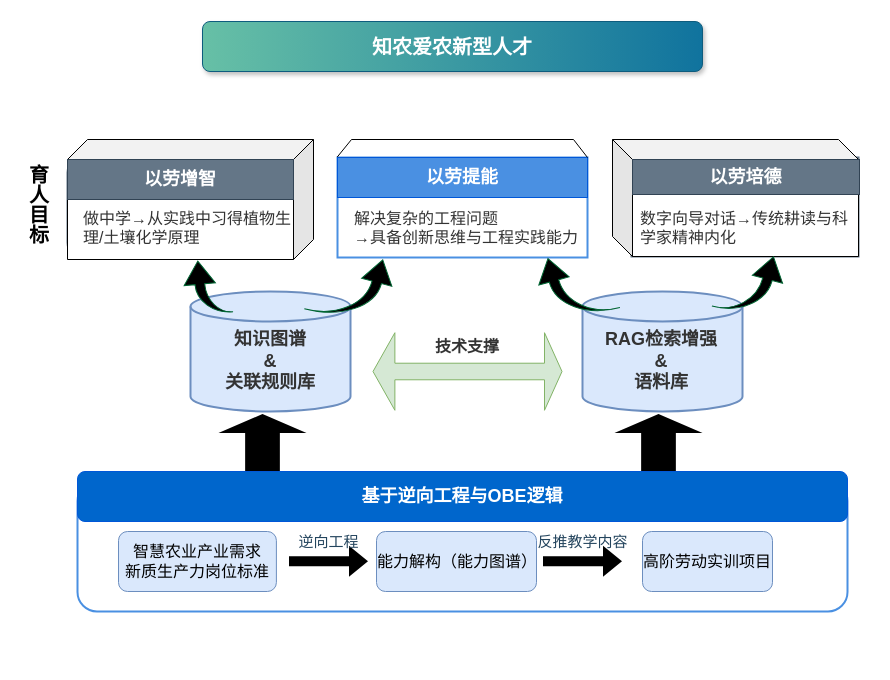
The draw.io diagram 1.12申报书逻辑框架图.drawio in handsome-tony/picture, before the edit. Source tidied: cells renumbered, new cells numbered last; positions are measured from the earlier drawing's top-left corner, leaving out a move shared by most shapes. Both pictures are drawn from the tidied source at 100%, with x=0, y=0 at pixel (17, 21).
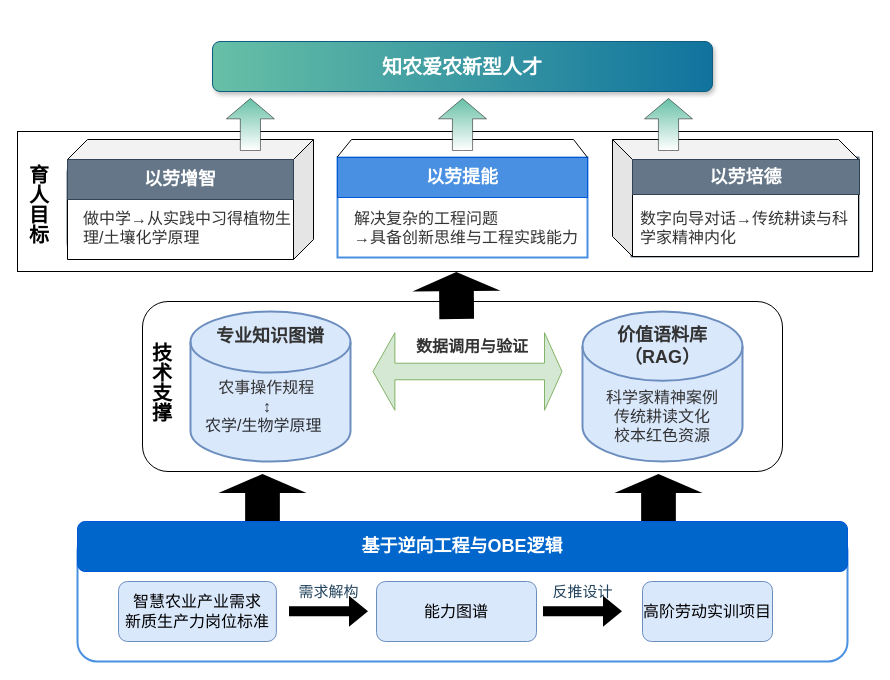
After the change.

Commit message:
更新1.12申报书逻辑框架图.drawio

What changed in the source:
```diff
@@
+    <mxCell id="37" style="rounded=1;whiteSpace=wrap;html=1;fillStyle=hatch;" parent="1" vertex="1">
+      <mxGeometry x="125" y="280" width="640" height="170" as="geometry" />
+    </mxCell>
+    <mxCell id="38" style="rounded=0;whiteSpace=wrap;html=1;fillStyle=hatch;" parent="1" vertex="1">
+      <mxGeometry y="110" width="855" height="140" as="geometry" />
+    </mxCell>
@@
     <mxCell id="8" value="&lt;b style=&quot;&quot;&gt;&lt;font style=&quot;font-size: 20px;&quot;&gt;知农爱农新型人才&lt;/font&gt;&lt;/b&gt;" style="rounded=1;whiteSpace=wrap;html=1;fillColor=#10739E;strokeColor=#0E5C7E;fontColor=#FFFFFF;gradientColor=#67C0A6;gradientDirection=west;shadow=1;glass=0;" parent="1" vertex="1">
-      <mxGeometry x="185" width="500" height="50" as="geometry" />
+      <mxGeometry x="195" y="20" width="500" height="50" as="geometry" />
     </mxCell>
@@
-    <mxCell id="11" value="&lt;b&gt;&lt;font style=&quot;font-size: 16px;&quot;&gt;技术支撑&lt;/font&gt;&lt;/b&gt;" style="text;html=1;strokeColor=none;fillColor=none;align=center;verticalAlign=middle;whiteSpace=wrap;rounded=0;fontColor=#333333;" parent="1" vertex="1">
-      <mxGeometry x="380" y="310" width="140" height="30" as="geometry" />
-    </mxCell>
@@
-    <mxCell id="13" style="shape=cylinder3;whiteSpace=wrap;html=1;boundedLbl=1;backgroundOutline=1;size=15;fillColor=#dae8fc;strokeColor=#6c8ebf;strokeWidth=2;rotation=0;" parent="1" vertex="1">
-      <mxGeometry x="173" y="270" width="160" height="120" as="geometry" />
+    <mxCell id="13" style="shape=cylinder3;whiteSpace=wrap;html=1;boundedLbl=1;backgroundOutline=1;size=30.514299665178612;fillColor=#dae8fc;strokeColor=#6c8ebf;strokeWidth=2;rotation=0;" parent="1" vertex="1">
+      <mxGeometry x="173" y="290" width="160" height="150" as="geometry" />
     </mxCell>
-    <mxCell id="14" value="&lt;b&gt;&lt;font style=&quot;font-size: 18px;&quot;&gt;知识图谱&lt;/font&gt;&lt;/b&gt;&lt;div&gt;&lt;b&gt;&lt;font style=&quot;font-size: 18px;&quot;&gt;&amp;amp;&lt;/font&gt;&lt;/b&gt;&lt;/div&gt;&lt;div&gt;&lt;b&gt;&lt;font style=&quot;font-size: 18px;&quot;&gt;关联规则库&lt;/font&gt;&lt;/b&gt;&lt;/div&gt;" style="text;html=1;align=center;verticalAlign=middle;whiteSpace=wrap;rounded=0;fontColor=#333333;" parent="1" vertex="1">
-      <mxGeometry x="163" y="310" width="180" height="60" as="geometry" />
+    <mxCell id="14" value="&lt;b&gt;&lt;font style=&quot;font-size: 18px;&quot;&gt;专业知识图谱&lt;/font&gt;&lt;/b&gt;" style="text;html=1;align=center;verticalAlign=middle;whiteSpace=wrap;rounded=0;fontColor=#333333;" parent="1" vertex="1">
+      <mxGeometry x="163" y="280" width="180" height="70" as="geometry" />
     </mxCell>
-    <mxCell id="15" style="shape=cylinder3;whiteSpace=wrap;html=1;boundedLbl=1;backgroundOutline=1;size=15;fillColor=#dae8fc;strokeColor=#6c8ebf;strokeWidth=2;" parent="1" vertex="1">
-      <mxGeometry x="565" y="270" width="160" height="120" as="geometry" />
+    <mxCell id="15" style="shape=cylinder3;whiteSpace=wrap;html=1;boundedLbl=1;backgroundOutline=1;size=34.62859235491072;fillColor=#dae8fc;strokeColor=#6c8ebf;strokeWidth=2;" parent="1" vertex="1">
+      <mxGeometry x="565" y="290" width="160" height="150" as="geometry" />
     </mxCell>
-    <mxCell id="16" value="&lt;b&gt;&lt;font style=&quot;font-size: 18px;&quot;&gt;RAG检索增强&lt;/font&gt;&lt;/b&gt;&lt;div&gt;&lt;b&gt;&lt;font style=&quot;font-size: 18px;&quot;&gt;&amp;amp;&lt;/font&gt;&lt;/b&gt;&lt;/div&gt;&lt;div&gt;&lt;b&gt;&lt;font style=&quot;font-size: 18px;&quot;&gt;语料库&lt;/font&gt;&lt;/b&gt;&lt;/div&gt;" style="text;html=1;align=center;verticalAlign=middle;whiteSpace=wrap;rounded=0;fontColor=#333333;" parent="1" vertex="1">
-      <mxGeometry x="579" y="320" width="130" height="40" as="geometry" />
+    <mxCell id="16" value="&lt;b&gt;&lt;font style=&quot;font-size: 18px;&quot;&gt;价值语料库（RAG）&lt;/font&gt;&lt;/b&gt;" style="text;html=1;align=center;verticalAlign=middle;whiteSpace=wrap;rounded=0;fontColor=#333333;" parent="1" vertex="1">
+      <mxGeometry x="580" y="305" width="130" height="40" as="geometry" />
     </mxCell>
@@
-    <mxCell id="18" style="html=1;shadow=0;dashed=0;align=center;verticalAlign=middle;shape=mxgraph.arrows2.jumpInArrow;dy=4.87;dx=23.21;arrowHead=31.31;strokeColor=#006633;fillColor=#006633;rotation=-95;gradientColor=light-dark(#f4e2e2, #ededed);" parent="1" vertex="1">
-      <mxGeometry x="163.4" y="242.4" width="53.5" height="46.4" as="geometry" />
-    </mxCell>
@@
     <mxCell id="22" style="rounded=1;whiteSpace=wrap;html=1;fillColor=none;strokeColor=#4A90E2;strokeWidth=2;" parent="1" vertex="1">
-      <mxGeometry x="60" y="460" width="770" height="130" as="geometry" />
+      <mxGeometry x="60" y="510" width="770" height="130" as="geometry" />
     </mxCell>
     <mxCell id="23" value="&lt;b&gt;&lt;font style=&quot;font-size: 18px;&quot;&gt;基于逆向工程与OBE逻辑&lt;/font&gt;&lt;/b&gt;&lt;b&gt;&lt;/b&gt;" style="rounded=1;whiteSpace=wrap;html=1;fillColor=#0066CC;strokeColor=#0057D8;fontColor=#ffffff;glass=0;shadow=0;" parent="1" vertex="1">
-      <mxGeometry x="60" y="450" width="770" height="50" as="geometry" />
+      <mxGeometry x="60" y="500" width="770" height="50" as="geometry" />
     </mxCell>
     <mxCell id="24" value="&lt;font style=&quot;font-size: 16px;&quot;&gt;智慧农业产业需求&lt;/font&gt;&lt;div&gt;&lt;font style=&quot;font-size: 16px;&quot;&gt;新质生产力岗位标准&lt;/font&gt;&lt;/div&gt;" style="rounded=1;whiteSpace=wrap;html=1;fillColor=#dae8fc;strokeColor=#6c8ebf;" parent="1" vertex="1">
-      <mxGeometry x="101" y="510" width="157.9" height="60" as="geometry" />
+      <mxGeometry x="101" y="560" width="157.9" height="60" as="geometry" />
     </mxCell>
-    <mxCell id="25" value="&lt;font style=&quot;font-size: 16px;&quot;&gt;能力解构（能力图谱）&lt;/font&gt;" style="rounded=1;whiteSpace=wrap;html=1;fillColor=#dae8fc;strokeColor=#6c8ebf;" parent="1" vertex="1">
-      <mxGeometry x="359" y="510" width="160" height="60" as="geometry" />
+    <mxCell id="25" value="&lt;font style=&quot;font-size: 16px;&quot;&gt;能力图谱&lt;/font&gt;" style="rounded=1;whiteSpace=wrap;html=1;fillColor=#dae8fc;strokeColor=#6c8ebf;" parent="1" vertex="1">
+      <mxGeometry x="359" y="560" width="160" height="60" as="geometry" />
     </mxCell>
     <mxCell id="26" value="&lt;font style=&quot;font-size: 16px;&quot;&gt;高阶劳动实训项目&lt;/font&gt;" style="rounded=1;whiteSpace=wrap;html=1;fillColor=#dae8fc;strokeColor=#6c8ebf;" parent="1" vertex="1">
-      <mxGeometry x="625" y="510" width="130" height="60" as="geometry" />
+      <mxGeometry x="625" y="560" width="130" height="60" as="geometry" />
     </mxCell>
-    <mxCell id="27" value="&lt;font style=&quot;font-size: 15px;&quot;&gt;逆向工程&lt;/font&gt;" style="shape=flexArrow;endArrow=classic;html=1;rounded=0;fillColor=light-dark(#f0e0e0, #5c79a3);strokeColor=none;fontColor=#23445D;labelBackgroundColor=none;fontSize=10;gradientColor=#7EA6E0;gradientDirection=east;" parent="1" edge="1">
+    <mxCell id="27" value="&lt;font style=&quot;font-size: 15px;&quot;&gt;需求解构&lt;/font&gt;" style="shape=flexArrow;endArrow=classic;html=1;rounded=0;fillColor=light-dark(#f0e0e0, #5c79a3);strokeColor=none;fontColor=#23445D;labelBackgroundColor=none;fontSize=10;gradientColor=#7EA6E0;gradientDirection=east;" parent="1" edge="1">
       <mxGeometry y="20" relative="1" as="geometry">
-        <mxPoint x="271" y="539.7" as="sourcePoint" />
-        <mxPoint x="351" y="539.7" as="targetPoint" />
+        <mxPoint x="271" y="589.7" as="sourcePoint" />
+        <mxPoint x="351" y="589.7" as="targetPoint" />
       </mxGeometry>
     </mxCell>
-    <mxCell id="28" value="&lt;font style=&quot;font-size: 15px;&quot;&gt;反推教学内容&lt;/font&gt;" style="shape=flexArrow;endArrow=classic;html=1;rounded=0;fillColor=light-dark(#f0e0e0, #5c79a3);strokeColor=none;fontColor=#23445D;labelBackgroundColor=none;fontSize=10;gradientColor=#7EA6E0;gradientDirection=east;" parent="1" edge="1">
+    <mxCell id="28" value="&lt;font style=&quot;font-size: 15px;&quot;&gt;反推设计&lt;/font&gt;" style="shape=flexArrow;endArrow=classic;html=1;rounded=0;fillColor=light-dark(#f0e0e0, #5c79a3);strokeColor=none;fontColor=#23445D;labelBackgroundColor=none;fontSize=10;gradientColor=#7EA6E0;gradientDirection=east;" parent="1" edge="1">
       <mxGeometry y="20" relative="1" as="geometry">
-        <mxPoint x="525" y="539.7" as="sourcePoint" />
-        <mxPoint x="605" y="539.7" as="targetPoint" />
+        <mxPoint x="525" y="589.7" as="sourcePoint" />
+        <mxPoint x="605" y="589.7" as="targetPoint" />
       </mxGeometry>
     </mxCell>
     <mxCell id="29" style="shape=flexArrow;endArrow=classic;html=1;rounded=0;fillColor=light-dark(#f8f6f6, #5c79a3);strokeColor=none;fontColor=#23445D;labelBackgroundColor=none;fontSize=10;gradientColor=#7EA6E0;gradientDirection=north;entryX=0.493;entryY=1.018;entryDx=0;entryDy=0;entryPerimeter=0;endWidth=52.41379310344828;endSize=6.03448275862069;width=34.71264367816092;" parent="1" edge="1">
       <mxGeometry y="20" relative="1" as="geometry">
-        <mxPoint x="641" y="450" as="sourcePoint" />
-        <mxPoint x="641" y="392" as="targetPoint" />
+        <mxPoint x="641" y="500" as="sourcePoint" />
+        <mxPoint x="641" y="452" as="targetPoint" />
       </mxGeometry>
     </mxCell>
     <mxCell id="30" style="shape=flexArrow;endArrow=classic;html=1;rounded=0;fillColor=light-dark(#f8f6f6, #5c79a3);strokeColor=none;fontColor=#23445D;labelBackgroundColor=none;fontSize=10;gradientColor=#7EA6E0;gradientDirection=north;entryX=0.493;entryY=1.018;entryDx=0;entryDy=0;entryPerimeter=0;endWidth=52.41379310344828;endSize=6.03448275862069;width=34.71264367816092;" parent="1" edge="1">
       <mxGeometry y="20" relative="1" as="geometry">
-        <mxPoint x="245" y="450" as="sourcePoint" />
-        <mxPoint x="245" y="392" as="targetPoint" />
+        <mxPoint x="245" y="500" as="sourcePoint" />
+        <mxPoint x="245" y="452" as="targetPoint" />
       </mxGeometry>
     </mxCell>
@@
-    <mxCell id="34" style="html=1;shadow=0;dashed=0;align=center;verticalAlign=middle;shape=mxgraph.arrows2.jumpInArrow;dy=4.87;dx=23.21;arrowHead=31.31;strokeColor=#006633;fillColor=#006633;rotation=-75;gradientColor=light-dark(#faf4f4, #ededed);flipV=1;legacyAnchorPoints=0;" parent="1" vertex="1">
-      <mxGeometry x="299.9" y="225.4" width="67.4" height="78.8" as="geometry" />
-    </mxCell>
-    <mxCell id="35" style="html=1;shadow=0;dashed=0;align=center;verticalAlign=middle;shape=mxgraph.arrows2.jumpInArrow;dy=4.87;dx=23.21;arrowHead=31.31;strokeColor=#006633;fillColor=#006633;rotation=-75;gradientColor=light-dark(#f4e2e2, #ededed);flipH=0;legacyAnchorPoints=0;flipV=1;" parent="1" vertex="1">
-      <mxGeometry x="701" y="230.8" width="63.5" height="62.4" as="geometry" />
-    </mxCell>
-    <mxCell id="36" style="html=1;shadow=0;dashed=0;align=center;verticalAlign=middle;shape=mxgraph.arrows2.jumpInArrow;dy=4.87;dx=23.21;arrowHead=31.31;strokeColor=#006633;fillColor=#006633;rotation=-105;gradientColor=light-dark(#faf4f4, #ededed);flipV=0;legacyAnchorPoints=0;" parent="1" vertex="1">
-      <mxGeometry x="525.9" y="227.3" width="66" height="72.5" as="geometry" />
-    </mxCell>
+    <mxCell id="39" style="html=1;shadow=0;dashed=0;align=center;verticalAlign=middle;shape=mxgraph.arrows2.arrow;dy=0.58;dx=20.33;notch=0;rotation=-90;gradientColor=#67C0A6;gradientDirection=east;strokeColor=default;strokeWidth=0.5;" parent="1" vertex="1">
+      <mxGeometry x="419" y="79" width="52" height="48" as="geometry" />
+    </mxCell>
+    <mxCell id="40" style="html=1;shadow=0;dashed=0;align=center;verticalAlign=middle;shape=mxgraph.arrows2.arrow;dy=0.58;dx=20.33;notch=0;rotation=-90;gradientColor=#67C0A6;gradientDirection=east;strokeColor=default;strokeWidth=0.5;" parent="1" vertex="1">
+      <mxGeometry x="206.9" y="79" width="52" height="48" as="geometry" />
+    </mxCell>
+    <mxCell id="41" style="html=1;shadow=0;dashed=0;align=center;verticalAlign=middle;shape=mxgraph.arrows2.arrow;dy=0.58;dx=20.33;notch=0;rotation=-90;gradientColor=#67C0A6;gradientDirection=east;strokeColor=default;strokeWidth=0.5;" parent="1" vertex="1">
+      <mxGeometry x="625" y="79" width="52" height="48" as="geometry" />
+    </mxCell>
+    <mxCell id="42" style="shape=flexArrow;endArrow=classic;html=1;rounded=0;fillColor=light-dark(#f8f6f6, #5c79a3);strokeColor=none;fontColor=#23445D;labelBackgroundColor=none;fontSize=10;gradientColor=#7EA6E0;gradientDirection=north;entryX=0.493;entryY=1.018;entryDx=0;entryDy=0;entryPerimeter=0;endWidth=52.41379310344828;endSize=6.03448275862069;width=34.71264367816092;" parent="1" edge="1">
+      <mxGeometry y="20" relative="1" as="geometry">
+        <mxPoint x="439.2" y="298" as="sourcePoint" />
+        <mxPoint x="438.8" y="250" as="targetPoint" />
+      </mxGeometry>
+    </mxCell>
+    <mxCell id="43" value="&lt;b&gt;&lt;font style=&quot;font-size: 16px;&quot;&gt;数据调用与验证&lt;/font&gt;&lt;/b&gt;" style="text;html=1;strokeColor=none;fillColor=none;align=center;verticalAlign=middle;whiteSpace=wrap;rounded=0;fontColor=#333333;" parent="1" vertex="1">
+      <mxGeometry x="385" y="310" width="140" height="30" as="geometry" />
+    </mxCell>
+    <mxCell id="44" value="&lt;span style=&quot;color: rgb(51, 51, 51); font-family: Helvetica; font-style: normal; font-variant-ligatures: normal; font-variant-caps: normal; font-weight: 400; letter-spacing: normal; orphans: 2; text-align: center; text-indent: 0px; text-transform: none; widows: 2; word-spacing: 0px; -webkit-text-stroke-width: 0px; white-space: normal; text-decoration-thickness: initial; text-decoration-style: initial; text-decoration-color: initial; float: none; display: inline !important;&quot;&gt;&lt;font style=&quot;font-size: 16px;&quot;&gt;&amp;nbsp; &amp;nbsp;农事操作规程&lt;/font&gt;&lt;/span&gt;&lt;div&gt;&lt;span style=&quot;color: rgb(51, 51, 51); font-family: Helvetica; font-style: normal; font-variant-ligatures: normal; font-variant-caps: normal; font-weight: 400; letter-spacing: normal; orphans: 2; text-align: center; text-indent: 0px; text-transform: none; widows: 2; word-spacing: 0px; -webkit-text-stroke-width: 0px; white-space: normal; text-decoration-thickness: initial; text-decoration-style: initial; text-decoration-color: initial; float: none; display: inline !important;&quot;&gt;&lt;font style=&quot;font-size: 16px;&quot;&gt;&lt;span style=&quot;color: rgba(0, 0, 0, 0.8); font-family: Arial, Helvetica, sans-serif; text-align: start;&quot;&gt;&amp;nbsp; &amp;nbsp; &amp;nbsp; &amp;nbsp; &amp;nbsp; &amp;nbsp; &amp;nbsp;↕&lt;/span&gt;&lt;/font&gt;&lt;/span&gt;&lt;/div&gt;&lt;div&gt;&lt;span style=&quot;color: rgb(51, 51, 51); font-family: Helvetica; font-style: normal; font-variant-ligatures: normal; font-variant-caps: normal; font-weight: 400; letter-spacing: normal; orphans: 2; text-align: center; text-indent: 0px; text-transform: none; widows: 2; word-spacing: 0px; -webkit-text-stroke-width: 0px; white-space: normal; text-decoration-thickness: initial; text-decoration-style: initial; text-decoration-color: initial; float: none; display: inline !important;&quot;&gt;&lt;font style=&quot;font-size: 16px;&quot;&gt;&lt;span style=&quot;color: rgba(0, 0, 0, 0.8); font-family: Arial, Helvetica, sans-serif; text-align: start;&quot;&gt;农学/生物学原理&lt;/span&gt;&lt;/font&gt;&lt;/span&gt;&lt;/div&gt;" style="text;whiteSpace=wrap;html=1;labelBackgroundColor=none;" parent="1" vertex="1">
+      <mxGeometry x="186" y="350" width="140" height="80" as="geometry" />
+    </mxCell>
+    <mxCell id="45" value="&lt;font color=&quot;#333333&quot;&gt;&lt;span style=&quot;font-size: 16px;&quot;&gt;科学家精神案例&lt;/span&gt;&lt;/font&gt;&lt;div&gt;&lt;font color=&quot;#333333&quot;&gt;&lt;span style=&quot;font-size: 16px;&quot;&gt;传统耕读文化&lt;/span&gt;&lt;/font&gt;&lt;/div&gt;&lt;div&gt;&lt;font color=&quot;#333333&quot;&gt;&lt;span style=&quot;font-size: 16px;&quot;&gt;校本红色资源&lt;/span&gt;&lt;/font&gt;&lt;/div&gt;" style="text;whiteSpace=wrap;html=1;labelBackgroundColor=none;align=center;" parent="1" vertex="1">
+      <mxGeometry x="575" y="360" width="140" height="80" as="geometry" />
+    </mxCell>
+    <mxCell id="11" value="&lt;b&gt;&lt;font style=&quot;font-size: 20px;&quot;&gt;技术支撑&lt;/font&gt;&lt;/b&gt;" style="text;html=1;strokeColor=none;fillColor=none;align=center;verticalAlign=middle;whiteSpace=wrap;rounded=0;fontSize=14;textDirection=vertical-rl;" parent="1" vertex="1">
+      <mxGeometry x="123" y="305" width="40" height="111" as="geometry" />
+    </mxCell>
```
